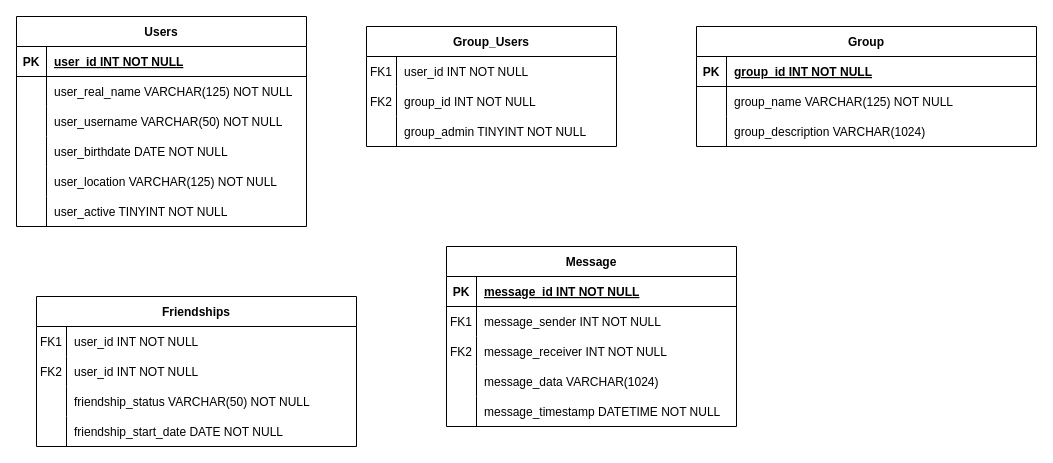
The draw.io diagram page "Copy of Page-1" (2 of 2) of UML.drawio in jdstrongpdx/Data-Dragons, before the edit. Source tidied: cells renumbered, new cells numbered last; positions are measured from the earlier drawing's top-left corner, leaving out a move shared by most shapes. Both pictures are drawn from the tidied source at 100%, with x=0, y=0 at pixel (16, 16).
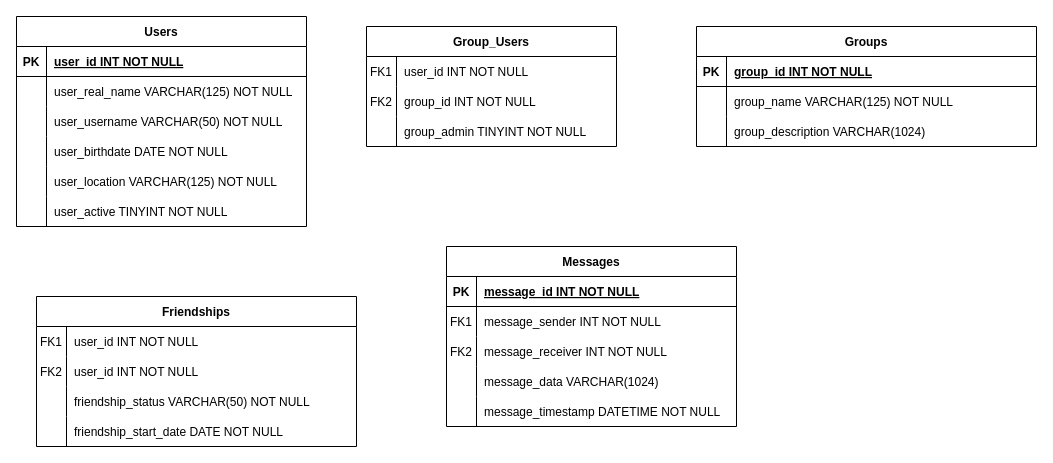
The same diagram, later.

Change to the diagram source:
```diff
@@
-    <mxCell id="12" value="Group" style="shape=table;startSize=30;childLayout=tableLayout;rowLines=0;fontStyle=1;align=center;" parent="1" vertex="1">
+    <mxCell id="12" value="Groups" style="shape=table;startSize=30;childLayout=tableLayout;rowLines=0;fontStyle=1;align=center;" parent="1" vertex="1">
       <mxGeometry x="680" y="10" width="340" height="120" as="geometry" />
     </mxCell>
@@
-    <mxCell id="22" value="Message" style="shape=table;startSize=30;childLayout=tableLayout;rowLines=0;fontStyle=1;align=center;" parent="1" vertex="1">
+    <mxCell id="22" value="Messages" style="shape=table;startSize=30;childLayout=tableLayout;rowLines=0;fontStyle=1;align=center;" parent="1" vertex="1">
       <mxGeometry x="430" y="230" width="290" height="180" as="geometry" />
     </mxCell>
```
